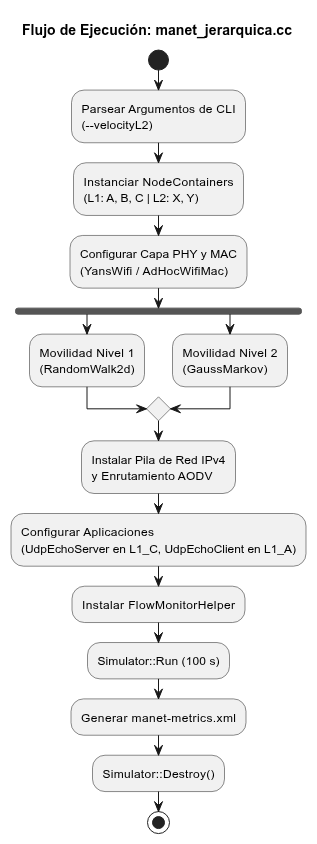
Above: Taller_1_MANET/design/flujo_simulacion.png in JavierGiraldo2212/EstocasticosUNAL-2026-I (PlantUML), before the change. Its source is kept beside it as Taller_1_MANET/design/flujo_simulacion.puml. The source it was exported from:
```plantuml
@startuml
skinparam activityShape octagon
title Flujo de Ejecución: manet_jerarquica.cc

start
:Parsear Argumentos de CLI\n(--velocityL2);
:Instanciar NodeContainers\n(L1: A, B, C | L2: X, Y);
:Configurar Capa PHY y MAC\n(YansWifi / AdHocWifiMac);
fork
    :Movilidad Nivel 1\n(RandomWalk2d);
fork again
    :Movilidad Nivel 2\n(GaussMarkov);
end merge
:Instalar Pila de Red IPv4\ny Enrutamiento AODV;
:Configurar Aplicaciones\n(UdpEchoServer en L1_C, UdpEchoClient en L1_A);
:Instalar FlowMonitorHelper;
:Simulator::Run (100 s);
:Generar manet-metrics.xml;
:Simulator::Destroy();
stop
@enduml
```
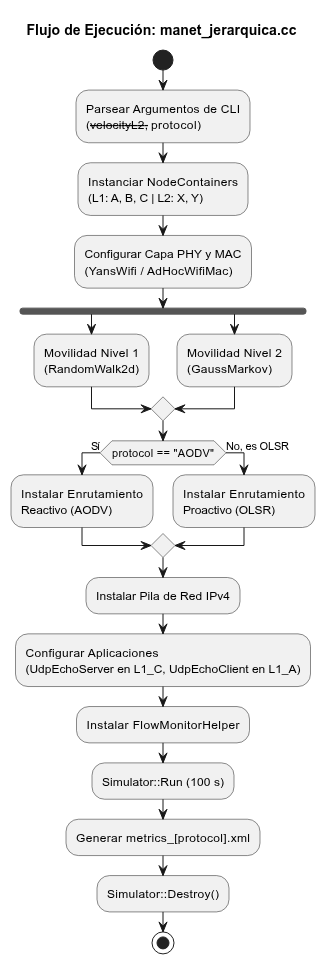
Above is the later version.

The edit, as a diff of the source:
```diff
@@ -3,7 +3,7 @@
 title Flujo de Ejecución: manet_jerarquica.cc
 
 start
-:Parsear Argumentos de CLI\n(--velocityL2);
+:Parsear Argumentos de CLI\n(--velocityL2, --protocol);
 :Instanciar NodeContainers\n(L1: A, B, C | L2: X, Y);
 :Configurar Capa PHY y MAC\n(YansWifi / AdHocWifiMac);
 fork
@@ -11,11 +11,16 @@
 fork again
     :Movilidad Nivel 2\n(GaussMarkov);
 end merge
-:Instalar Pila de Red IPv4\ny Enrutamiento AODV;
+if (protocol == "AODV") then (Sí)
+  :Instalar Enrutamiento\nReactivo (AODV);
+else (No, es OLSR)
+  :Instalar Enrutamiento\nProactivo (OLSR);
+endif
+:Instalar Pila de Red IPv4;
 :Configurar Aplicaciones\n(UdpEchoServer en L1_C, UdpEchoClient en L1_A);
 :Instalar FlowMonitorHelper;
 :Simulator::Run (100 s);
-:Generar manet-metrics.xml;
+:Generar metrics_[protocol].xml;
 :Simulator::Destroy();
 stop
 @enduml
```
